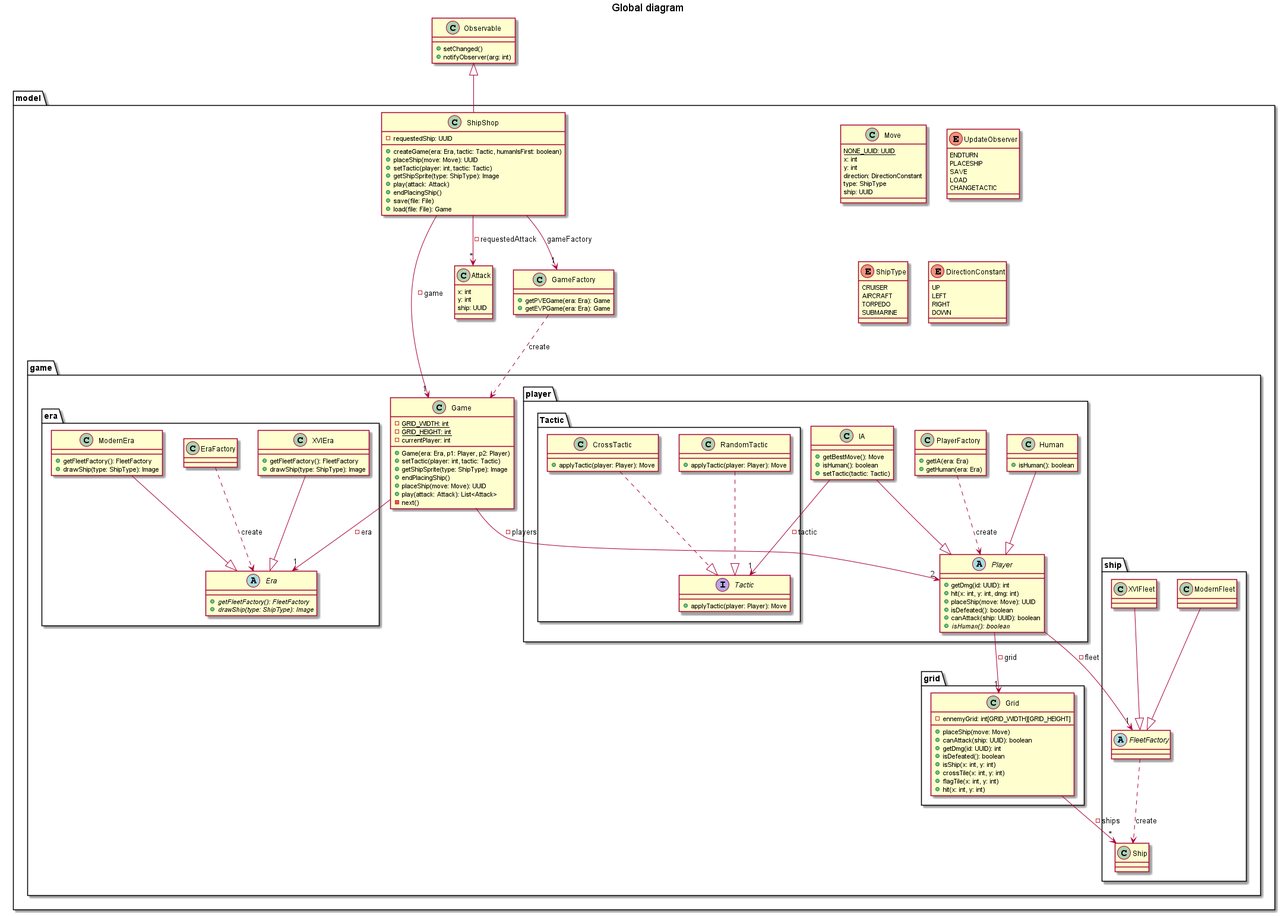
The PlantUML diagram doc/conception/image/class/global.png in Reynault/ShipShop, before a commit.
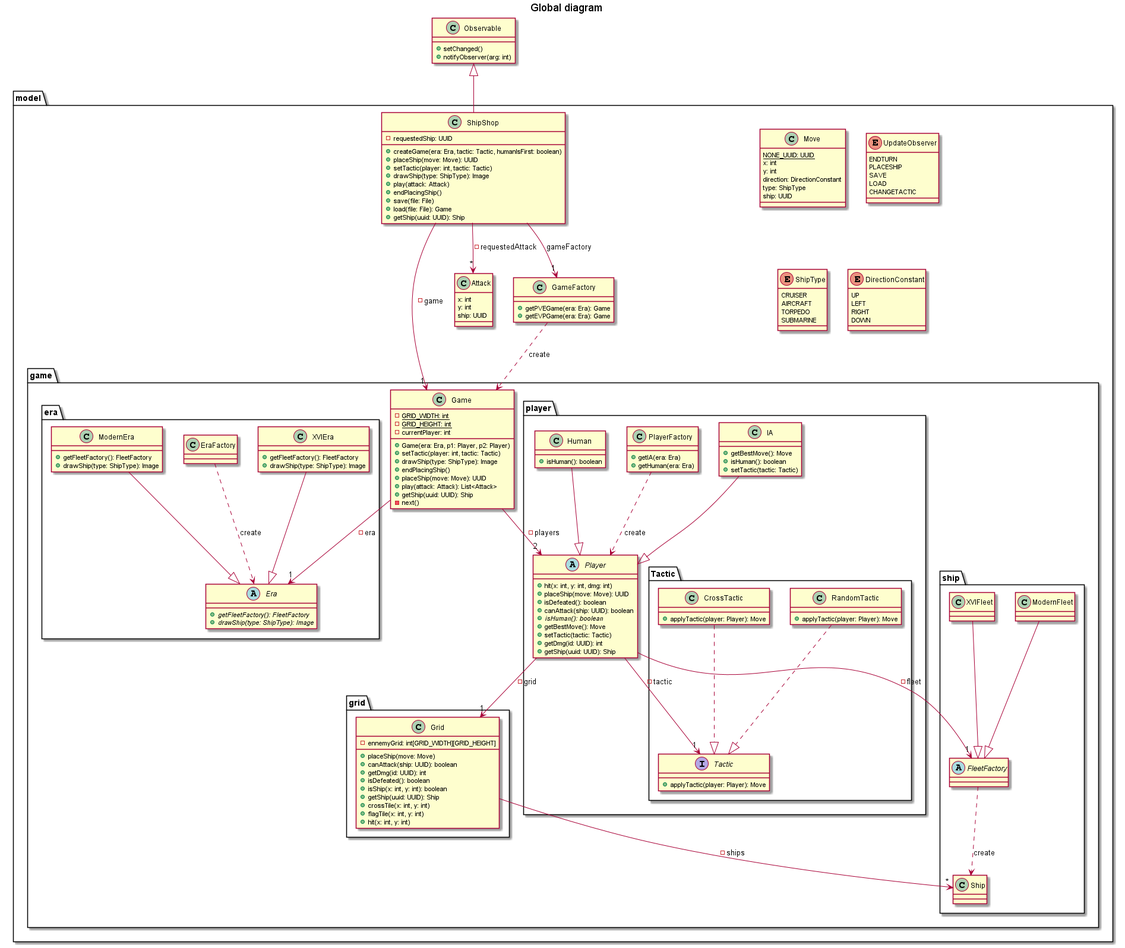
Later version of the same file.

Diff of the diagram source:
```diff
@@ -56,11 +56,12 @@
         + createGame(era: Era, tactic: Tactic, humanIsFirst: boolean)
         + placeShip(move: Move): UUID
         + setTactic(player: int, tactic: Tactic)
-        + getShipSprite(type: ShipType): Image
+        + drawShip(type: ShipType): Image
         + play(attack: Attack)
         + endPlacingShip()
         + save(file: File)
         + load(file: File): Game
+        + getShip(uuid: UUID): Ship
     }
 
     package game{
@@ -94,10 +95,11 @@
             - currentPlayer: int
             + Game(era: Era, p1: Player, p2: Player)
             + setTactic(player: int, tactic: Tactic)
-            + getShipSprite(type: ShipType): Image
+            + drawShip(type: ShipType): Image
             + endPlacingShip()
             + placeShip(move: Move): UUID
             + play(attack: Attack): List<Attack>
+            + getShip(uuid: UUID): Ship
             - next()
         }
 
@@ -109,7 +111,8 @@
                 + canAttack(ship: UUID): boolean
                 + getDmg(id: UUID): int
                 + isDefeated(): boolean
-                + isShip(x: int, y: int)
+                + isShip(x: int, y: int): boolean
+                + getShip(uuid: UUID): Ship
                 + crossTile(x: int, y: int)
                 + flagTile(x: int, y: int)
                 + hit(x: int, y: int)
@@ -148,12 +151,15 @@
             }
 
             abstract Player{
-                + getDmg(id: UUID): int
                 + hit(x: int, y: int, dmg: int)
                 + placeShip(move: Move): UUID
                 + isDefeated(): boolean
                 + canAttack(ship: UUID): boolean
                 + {abstract} isHuman(): boolean
+                + getBestMove(): Move
+                + setTactic(tactic: Tactic)
+                + getDmg(id: UUID): int
+                + getShip(uuid: UUID): Ship
             }
 
             class Human{
@@ -212,7 +218,7 @@
 Human --|> Player
 
 IA --|> Player
-IA --> "1" Tactic: - tactic
+Player --> "1" Tactic: - tactic
 
 RandomTactic ..|> Tactic
 CrossTactic ..|> Tactic
```
